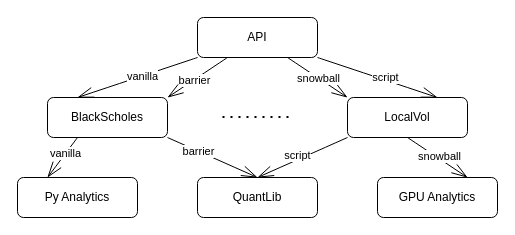
blshao84/VaRReportingSys keeps this draw.io diagram as page "Analytics" (13 of 13) of quant-dev-platform.drawio. Above is the earlier version. Source tidied: cells renumbered, new cells numbered last; positions are measured from the earlier drawing's top-left corner, leaving out a move shared by most shapes. Both pictures are drawn from the tidied source at 100%, with x=0, y=0 at pixel (17, 17).
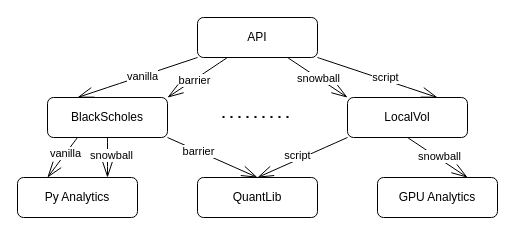
After the change.

Unchanged cells that the change refers to:
```xml
<mxCell id="3" value="Py Analytics" style="rounded=1;whiteSpace=wrap;html=1;hachureGap=4;" parent="1" vertex="1">
  <mxGeometry y="160" width="120" height="40" as="geometry" />
</mxCell>
<mxCell id="9" value="BlackScholes" style="rounded=1;whiteSpace=wrap;html=1;hachureGap=4;" parent="1" vertex="1">
  <mxGeometry x="30" y="80" width="120" height="40" as="geometry" />
</mxCell>
```

The edit, as a diff of the source:
```diff
@@
+    <mxCell id="25" style="edgeStyle=none;curved=1;rounded=0;jettySize=auto;html=1;entryX=0.75;entryY=0;entryDx=0;entryDy=0;endArrow=openThin;endFill=0;startSize=14;endSize=14;sourcePerimeterSpacing=8;targetPerimeterSpacing=8;exitX=0.5;exitY=1;exitDx=0;exitDy=0;" parent="1" edge="1" source="9" target="3">
+      <mxGeometry relative="1" as="geometry" />
+    </mxCell>
+    <mxCell id="26" value="snowball" style="edgeLabel;html=1;align=center;verticalAlign=middle;" parent="25" vertex="1">
+      <mxGeometry x="-0.15" relative="1" as="geometry">
+        <mxPoint x="3" as="offset" />
+      </mxGeometry>
+    </mxCell>
```
